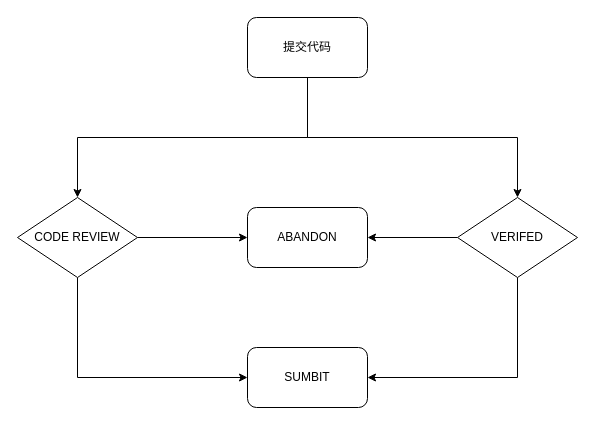
1226151667/draw keeps this draw.io diagram as Gerrit代码审查流程.drawio. Above is the earlier version. Source tidied: cells renumbered, new cells numbered last; positions are measured from the earlier drawing's top-left corner, leaving out a move shared by most shapes. Both pictures are drawn from the tidied source at 100%, with x=0, y=0 at pixel (17, 17).
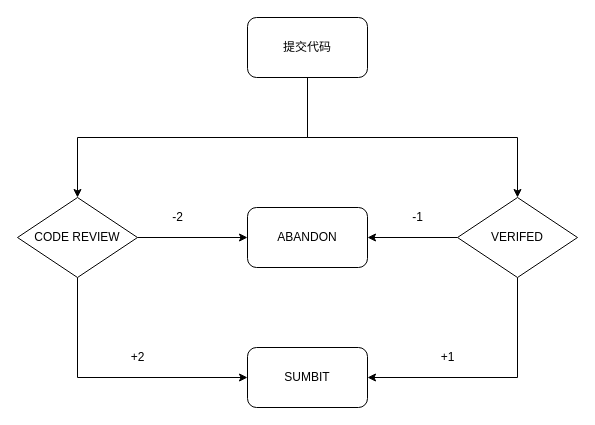
Above is the later version.

Commit message (it also covers changes not shown here):
更新Gerrit代码审查流程.drawio

Diff of the diagram source:
```diff
@@
+    <mxCell id="13" value="-2" style="text;html=1;align=center;verticalAlign=middle;strokeColor=none;fillColor=none;" parent="1" vertex="1">
+      <mxGeometry x="145" y="185" width="30" height="30" as="geometry" />
+    </mxCell>
+    <mxCell id="14" value="-1" style="text;html=1;align=center;verticalAlign=middle;strokeColor=none;fillColor=none;" parent="1" vertex="1">
+      <mxGeometry x="385" y="185" width="30" height="30" as="geometry" />
+    </mxCell>
+    <mxCell id="15" value="+2" style="text;html=1;align=center;verticalAlign=middle;strokeColor=none;fillColor=none;" parent="1" vertex="1">
+      <mxGeometry x="100" y="325" width="40" height="30" as="geometry" />
+    </mxCell>
+    <mxCell id="16" value="+1" style="text;html=1;align=center;verticalAlign=middle;strokeColor=none;fillColor=none;" parent="1" vertex="1">
+      <mxGeometry x="410" y="325" width="40" height="30" as="geometry" />
+    </mxCell>
```
